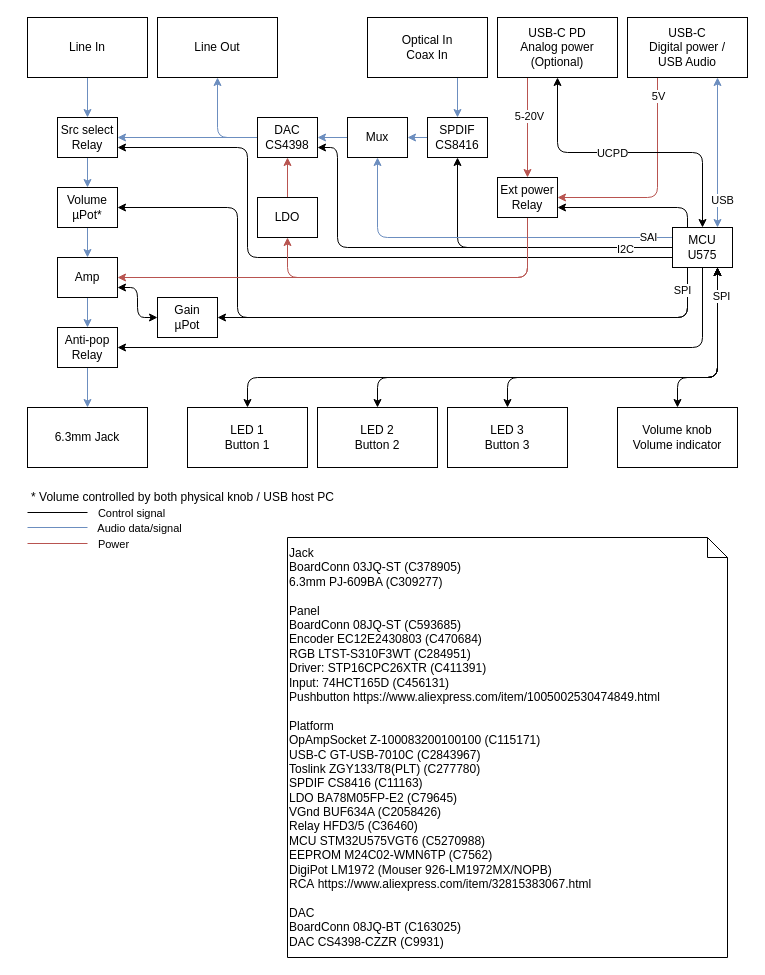
akiroz/Project-H10 keeps this draw.io diagram as arch.drawio. Above is the earlier version. Source tidied: cells renumbered, new cells numbered last; positions are measured from the earlier drawing's top-left corner, leaving out a move shared by most shapes. Both pictures are drawn from the tidied source at 100%, with x=0, y=0 at pixel (17, 17).
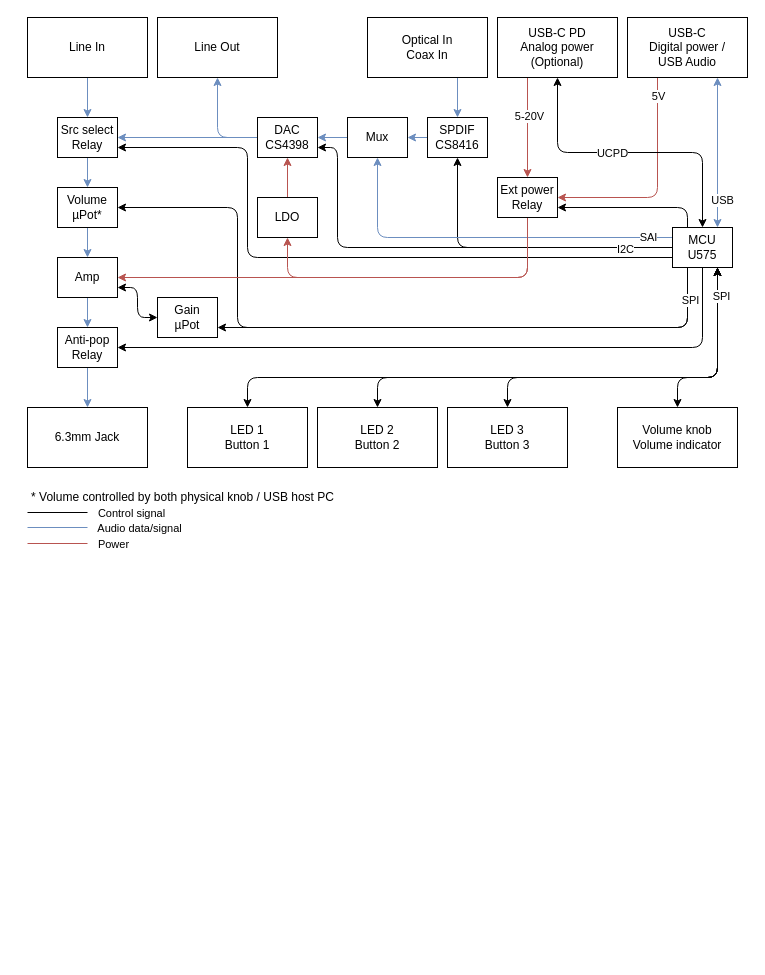
After the change.

Unchanged cells that the change refers to:
```xml
<mxCell id="12" value="Volume&lt;br&gt;µPot*" style="rounded=0;whiteSpace=wrap;html=1;" parent="1" vertex="1">
  <mxGeometry x="40" y="170" width="60" height="40" as="geometry" />
</mxCell>
<mxCell id="27" value="MCU&lt;br&gt;U575" style="rounded=0;whiteSpace=wrap;html=1;" parent="1" vertex="1">
  <mxGeometry x="655" y="210" width="60" height="40" as="geometry" />
</mxCell>
<mxCell id="57" value="Gain&lt;br&gt;µPot" style="rounded=0;whiteSpace=wrap;html=1;" parent="1" vertex="1">
  <mxGeometry x="140" y="280" width="60" height="40" as="geometry" />
</mxCell>
```

Change to the diagram source:
```diff
@@
     <mxCell id="21" style="edgeStyle=orthogonalEdgeStyle;rounded=1;jettySize=auto;html=1;exitX=0.25;exitY=1;exitDx=0;exitDy=0;entryX=1;entryY=0.5;entryDx=0;entryDy=0;" parent="1" edge="1" source="27" target="12">
       <mxGeometry relative="1" as="geometry">
         <Array as="points">
-          <mxPoint x="670" y="300" />
-          <mxPoint x="220" y="300" />
+          <mxPoint x="670" y="310" />
+          <mxPoint x="220" y="310" />
           <mxPoint x="220" y="190" />
         </Array>
       </mxGeometry>
     </mxCell>
@@
-    <mxCell id="23" style="edgeStyle=orthogonalEdgeStyle;jettySize=auto;html=1;exitX=0.25;exitY=1;exitDx=0;exitDy=0;entryX=1;entryY=0.5;entryDx=0;entryDy=0;rounded=1;" parent="1" edge="1" source="27" target="57">
+    <mxCell id="23" style="edgeStyle=orthogonalEdgeStyle;jettySize=auto;html=1;exitX=0.25;exitY=1;exitDx=0;exitDy=0;entryX=1;entryY=0.75;entryDx=0;entryDy=0;rounded=1;" parent="1" edge="1" source="27" target="57">
       <mxGeometry relative="1" as="geometry" />
     </mxCell>
@@
-    <mxCell id="68" value="Jack&lt;br&gt;BoardConn&amp;nbsp;03JQ-ST (C378905)&lt;br&gt;6.3mm&amp;nbsp;PJ-609BA (C309277)&lt;br&gt;&lt;br&gt;Panel&lt;br&gt;BoardConn&amp;nbsp;08JQ-ST (C593685)&lt;br&gt;Encoder&amp;nbsp;EC12E2430803 (C470684)&lt;br&gt;RGB&amp;nbsp;LTST-S310F3WT (C284951)&lt;br&gt;Driver:&amp;nbsp;STP16CPC26XTR (C411391)&lt;br&gt;Input:&amp;nbsp;74HCT165D (C456131)&lt;br&gt;Pushbutton https://www.aliexpress.com/item/1005002530474849.html&lt;br&gt;&lt;br&gt;Platform&lt;br&gt;OpAmpSocket&amp;nbsp;Z-100083200100100 (C115171)&lt;br&gt;USB-C&amp;nbsp;GT-USB-7010C (C2843967)&lt;br&gt;Toslink ZGY133/T8(PLT) (C277780)&lt;br&gt;SPDIF&amp;nbsp;CS8416 (C11163)&lt;br&gt;LDO&amp;nbsp;BA78M05FP-E2 (C79645)&lt;br&gt;VGnd&amp;nbsp;BUF634A (C2058426)&lt;br&gt;Relay&amp;nbsp;HFD3/5 (C36460)&lt;br&gt;MCU&amp;nbsp;STM32U575VGT6 (C5270988)&lt;br&gt;EEPROM&amp;nbsp;M24C02-WMN6TP (C7562)&lt;br&gt;DigiPot LM1972 (Mouser 926-LM1972MX/NOPB&lt;span style=&quot;background-color: initial;&quot;&gt;)&lt;/span&gt;&lt;br&gt;RCA&amp;nbsp;https://www.aliexpress.com/item/32815383067.html&lt;br&gt;&lt;br&gt;DAC&lt;br&gt;BoardConn&amp;nbsp;08JQ-BT (C163025)&lt;br&gt;DAC&amp;nbsp;CS4398-CZZR (C9931)" style="shape=note;size=20;whiteSpace=wrap;html=1;align=left;" parent="1" vertex="1">
-      <mxGeometry x="270" y="520" width="440" height="420" as="geometry" />
-    </mxCell>
```
